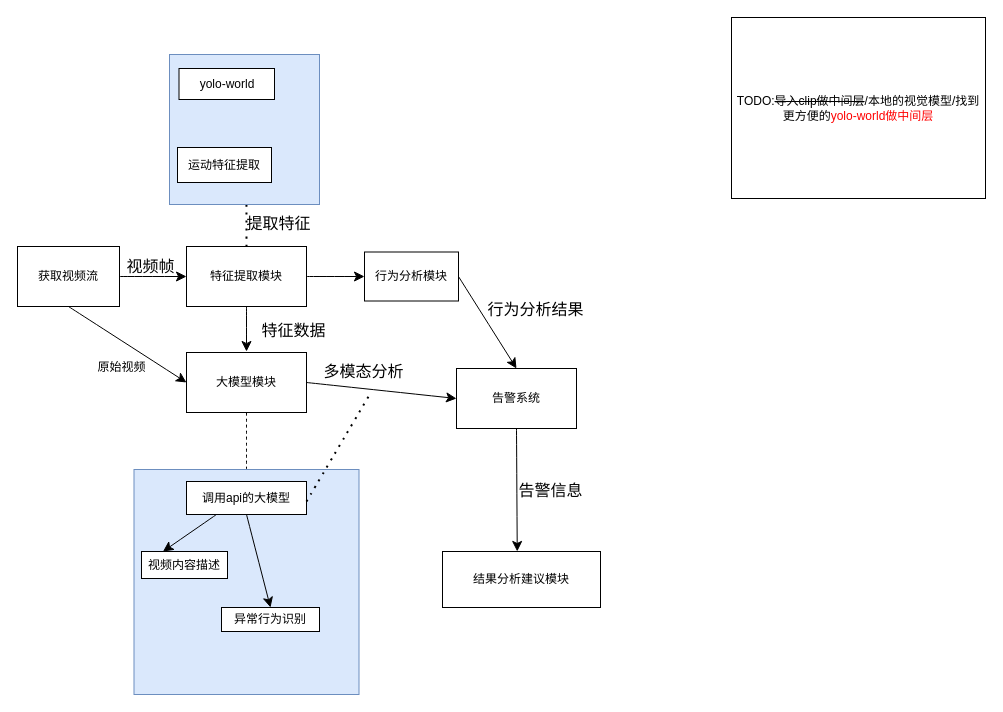
The draw.io diagram 监控系统.drawio in eriribot/myrepository, before the edit. Source tidied: cells renumbered, new cells numbered last; positions are measured from the earlier drawing's top-left corner, leaving out a move shared by most shapes. Both pictures are drawn from the tidied source at 100%, with x=0, y=0 at pixel (17, 17).
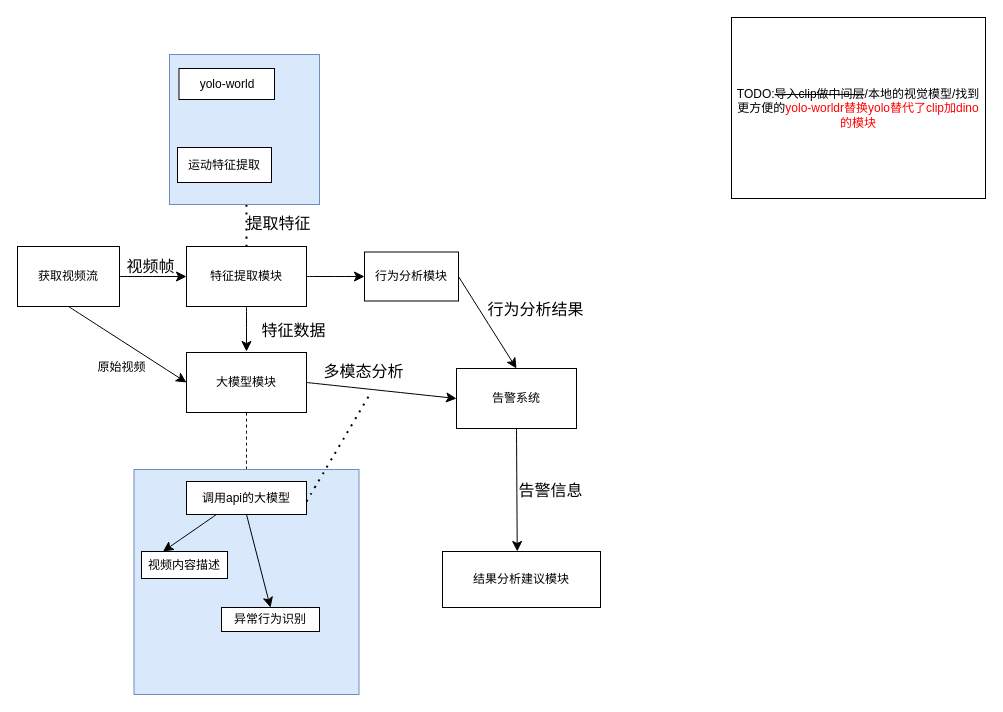
The same page after the edit.

Commit message:
更新监控系统.drawio

Change to the diagram source:
```diff
@@
-    <mxCell id="34" value="TODO:&lt;strike&gt;导入clip做中间层&lt;/strike&gt;/本地的视觉模型/找到更方便的&lt;font style=&quot;color: rgb(255, 0, 0);&quot;&gt;yolo-world做中间层&lt;/font&gt;" style="rounded=0;whiteSpace=wrap;html=1;" parent="1" vertex="1">
+    <mxCell id="34" value="TODO:&lt;strike&gt;导入clip做中间层&lt;/strike&gt;/本地的视觉模型/找到更方便的&lt;font style=&quot;color: rgb(255, 0, 0);&quot;&gt;yolo-worldr替换yolo替代了clip加dino的模块&lt;/font&gt;" style="rounded=0;whiteSpace=wrap;html=1;" parent="1" vertex="1">
       <mxGeometry x="714" width="254" height="181" as="geometry" />
     </mxCell>
```
